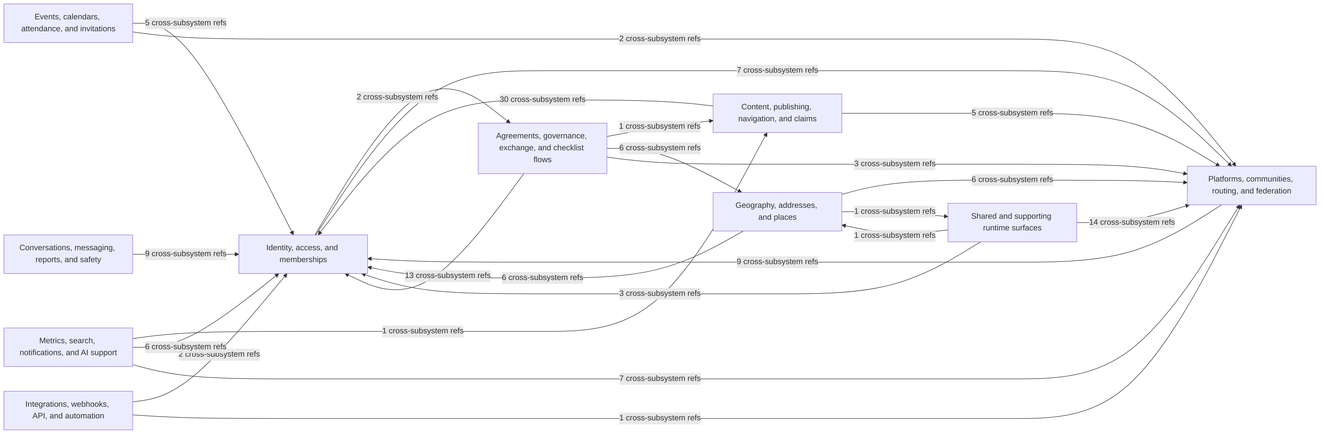
This is docs/diagrams/exports/png/ce_subsystem_interaction_map.png from better-together-org/community-engine-rails, a Mermaid export, as it was before one commit. Its source is kept beside it as docs/diagrams/source/ce_subsystem_interaction_map.mmd.
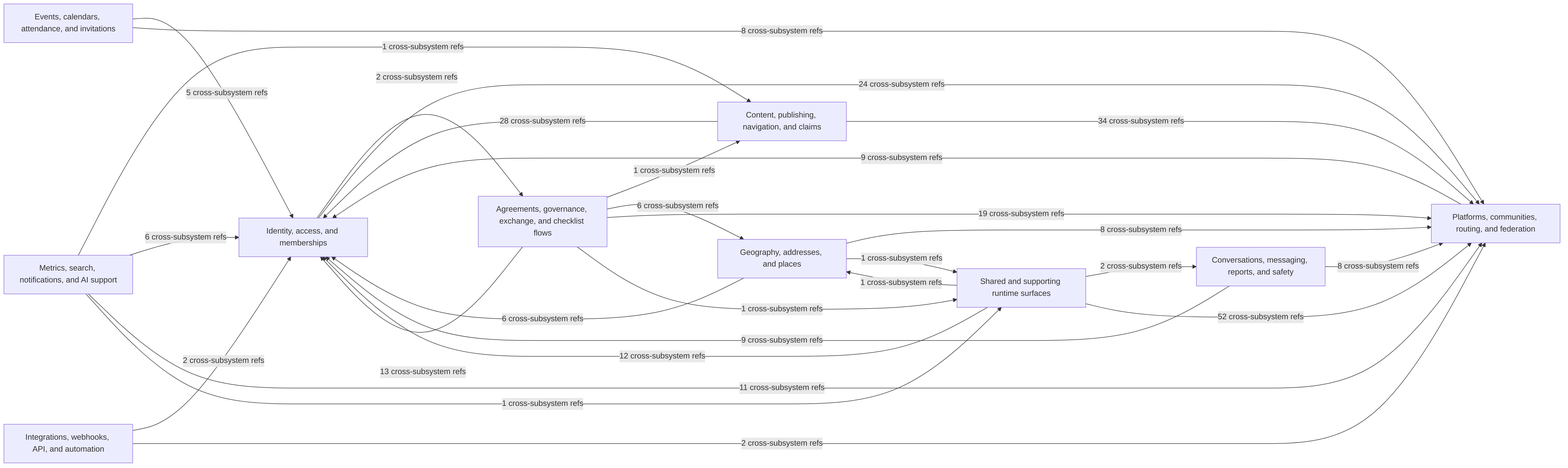
Above is the later version.

The edit, as a diff of the source:
```diff
@@ -10,26 +10,30 @@
   integrations_webhooks["Integrations, webhooks, API, and automation"]
   shared_supporting["Shared and supporting runtime surfaces"]
 
-  content_publishing -->|30 cross-subsystem refs| identity_access
-  content_publishing -->|5 cross-subsystem refs| platform_network
+  content_publishing -->|28 cross-subsystem refs| identity_access
+  content_publishing -->|34 cross-subsystem refs| platform_network
   conversations_safety -->|9 cross-subsystem refs| identity_access
+  conversations_safety -->|8 cross-subsystem refs| platform_network
   events_calendar -->|5 cross-subsystem refs| identity_access
-  events_calendar -->|2 cross-subsystem refs| platform_network
+  events_calendar -->|8 cross-subsystem refs| platform_network
   exchange_governance -->|1 cross-subsystem refs| content_publishing
   exchange_governance -->|6 cross-subsystem refs| geography_and_places
   exchange_governance -->|13 cross-subsystem refs| identity_access
-  exchange_governance -->|3 cross-subsystem refs| platform_network
+  exchange_governance -->|19 cross-subsystem refs| platform_network
+  exchange_governance -->|1 cross-subsystem refs| shared_supporting
   geography_and_places -->|6 cross-subsystem refs| identity_access
-  geography_and_places -->|6 cross-subsystem refs| platform_network
+  geography_and_places -->|8 cross-subsystem refs| platform_network
   geography_and_places -->|1 cross-subsystem refs| shared_supporting
   identity_access -->|2 cross-subsystem refs| exchange_governance
-  identity_access -->|7 cross-subsystem refs| platform_network
+  identity_access -->|24 cross-subsystem refs| platform_network
   integrations_webhooks -->|2 cross-subsystem refs| identity_access
-  integrations_webhooks -->|1 cross-subsystem refs| platform_network
+  integrations_webhooks -->|2 cross-subsystem refs| platform_network
   metrics_search_ai -->|1 cross-subsystem refs| content_publishing
   metrics_search_ai -->|6 cross-subsystem refs| identity_access
-  metrics_search_ai -->|7 cross-subsystem refs| platform_network
+  metrics_search_ai -->|11 cross-subsystem refs| platform_network
+  metrics_search_ai -->|1 cross-subsystem refs| shared_supporting
   platform_network -->|9 cross-subsystem refs| identity_access
+  shared_supporting -->|2 cross-subsystem refs| conversations_safety
   shared_supporting -->|1 cross-subsystem refs| geography_and_places
-  shared_supporting -->|3 cross-subsystem refs| identity_access
-  shared_supporting -->|14 cross-subsystem refs| platform_network
+  shared_supporting -->|12 cross-subsystem refs| identity_access
+  shared_supporting -->|52 cross-subsystem refs| platform_network
```
